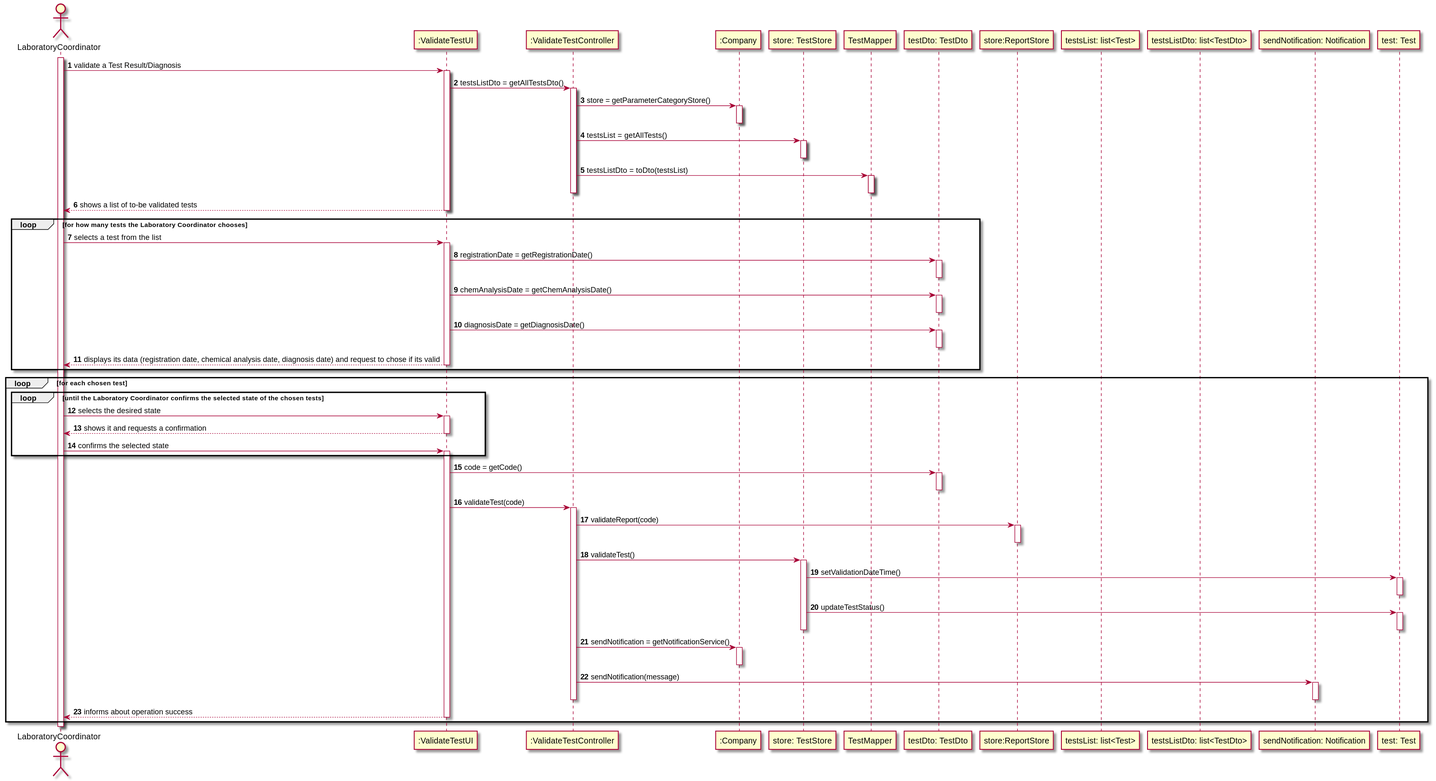
This is docs/SprintC/US15/US15-SD.svg from 0franciscor/lei-21-s2-1de-g19, a PlantUML export, as it was before one commit.
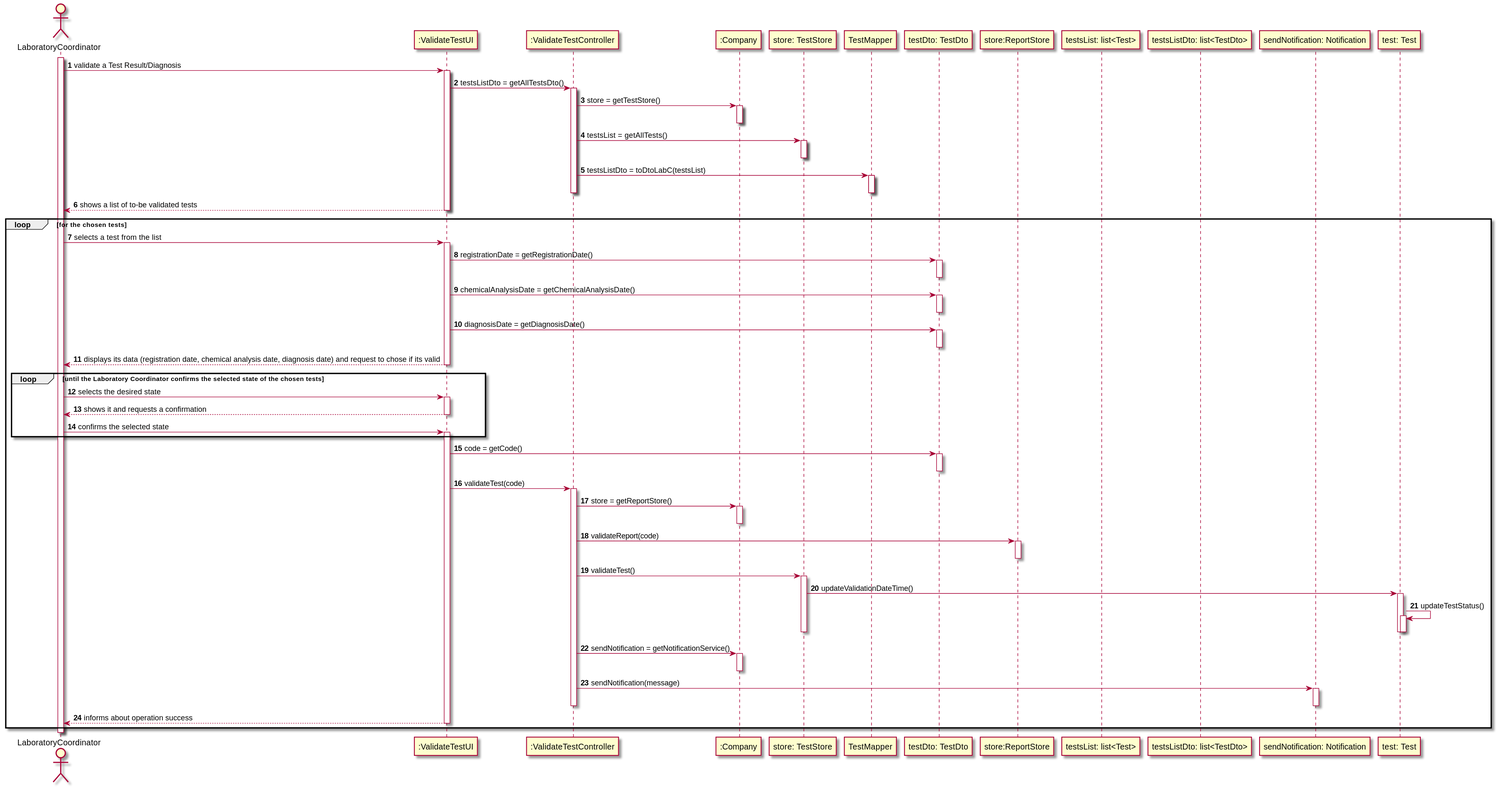
Later version of the same file.

The edit, as a diff of the source:
```diff
@@ -27,7 +27,7 @@
 activate validateTestCont
 
 
-validateTestCont -> comp : store = getParameterCategoryStore()
+validateTestCont -> comp : store = getTestStore()
 activate comp
 deactivate comp
 
@@ -37,7 +37,7 @@
 deactivate TestStore
 
 
-validateTestCont -> TestMapper : testsListDto = toDto(testsList)
+validateTestCont -> TestMapper : testsListDto = toDtoLabC(testsList)
 activate TestMapper
 deactivate TestMapper
 
@@ -49,7 +49,7 @@
 deactivate validateTestUI
 
 
-loop for how many tests the Laboratory Coordinator chooses
+loop for the chosen tests
 labC -> validateTestUI : selects a test from the list
 activate validateTestUI
 
@@ -59,7 +59,7 @@
 deactivate TestDto
 
 
-validateTestUI -> TestDto : chemAnalysisDate = getChemAnalysisDate()
+validateTestUI -> TestDto : chemicalAnalysisDate = getChemicalAnalysisDate()
 activate TestDto
 deactivate TestDto
 
@@ -71,14 +71,10 @@
 
 validateTestUI --> labC : displays its data (registration date, chemical analysis date, diagnosis date) and request to chose if its valid
 deactivate validateTestUI
-end
-
-
 
 
 deactivate validateTestUI
 
-loop for each chosen test
 
 loop until the Laboratory Coordinator confirms the selected state of the chosen tests
 labC -> validateTestUI : selects the desired state
@@ -102,6 +98,12 @@
 
 
 activate validateTestCont
+
+validateTestCont -> comp: store = getReportStore()
+activate comp
+deactivate comp
+
+
 validateTestCont -> ReportStore : validateReport(code)
 activate ReportStore
 deactivate ReportStore
@@ -110,13 +112,11 @@
 activate TestStore
 
 
-TestStore -> test : setValidationDateTime()
-activate test
-deactivate test
+TestStore -> test ++: updateValidationDateTime()
 
 
-TestStore -> test : updateTestStatus()
-activate test
+test -> test ++: updateTestStatus()
+deactivate test
 deactivate test
 deactivate TestStore
 
@@ -124,6 +124,7 @@
 validateTestCont -> comp: sendNotification = getNotificationService()
 activate comp
 deactivate comp
+
 
 validateTestCont -> notification: sendNotification(message)
 activate notification
```
